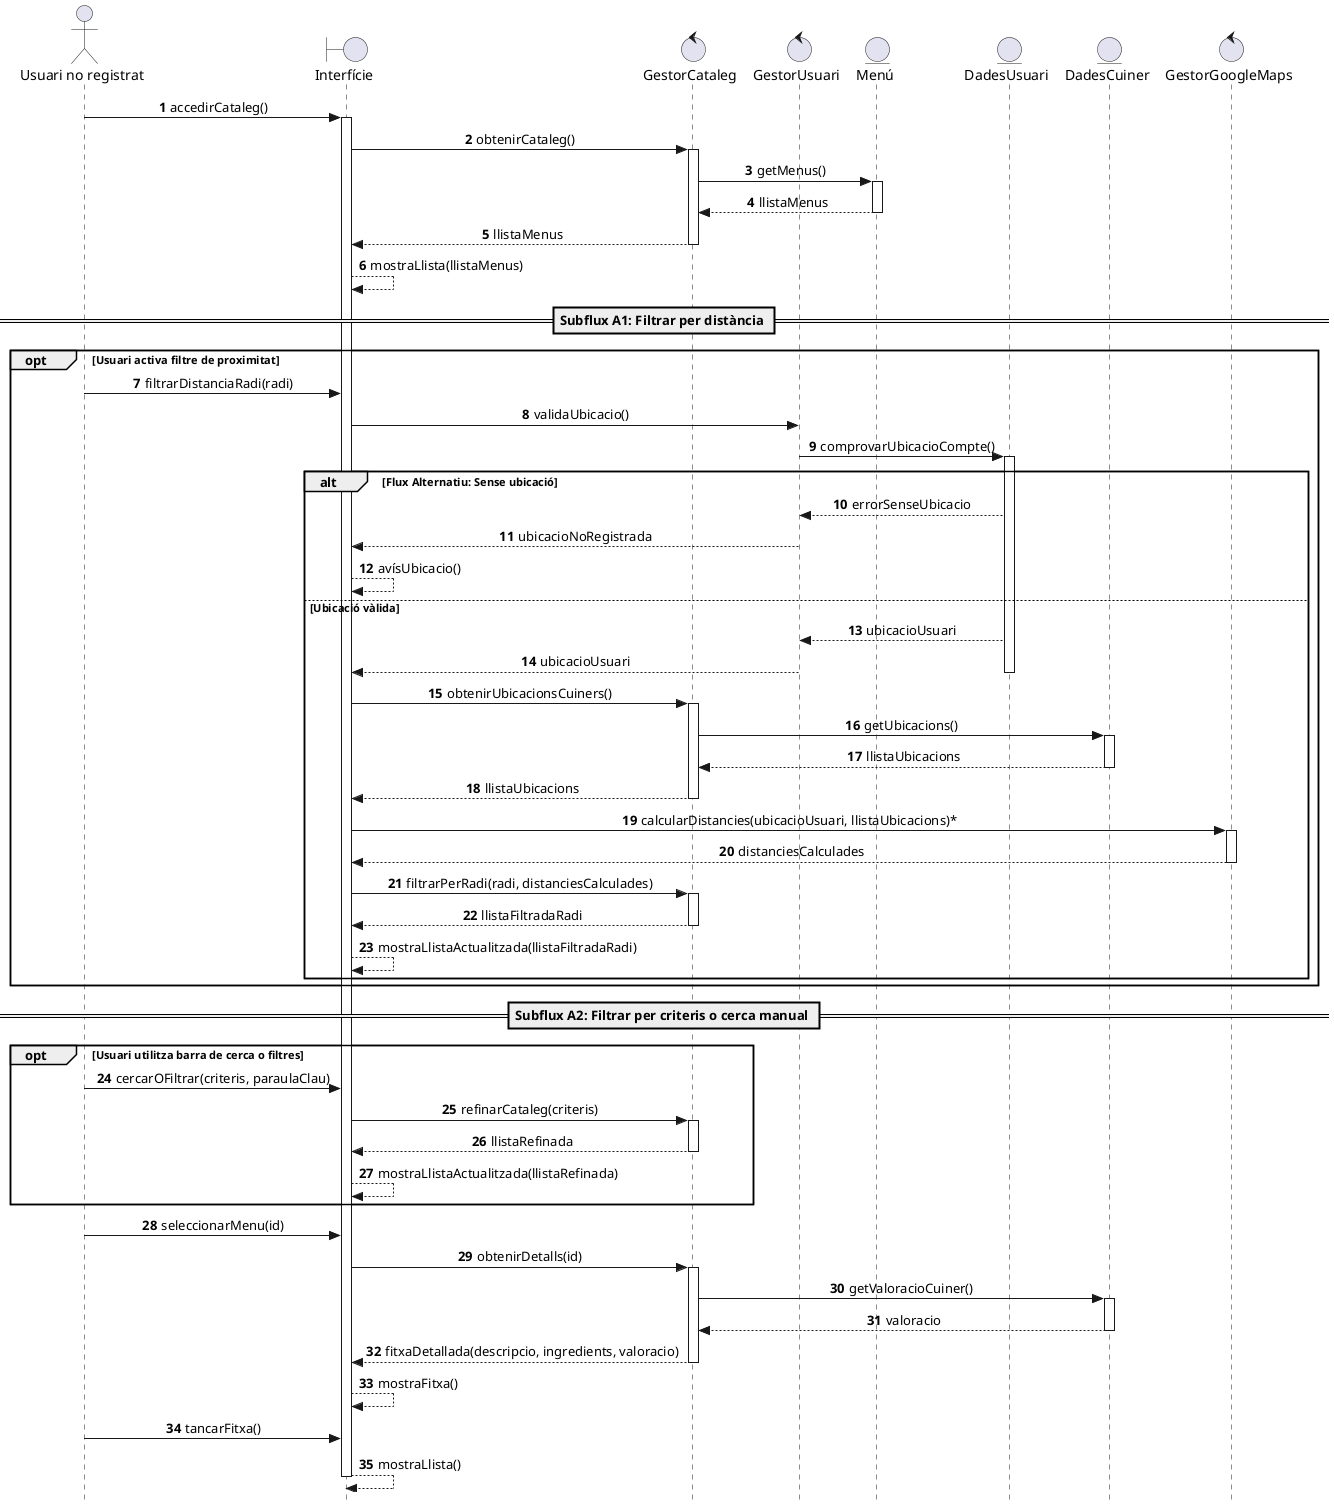
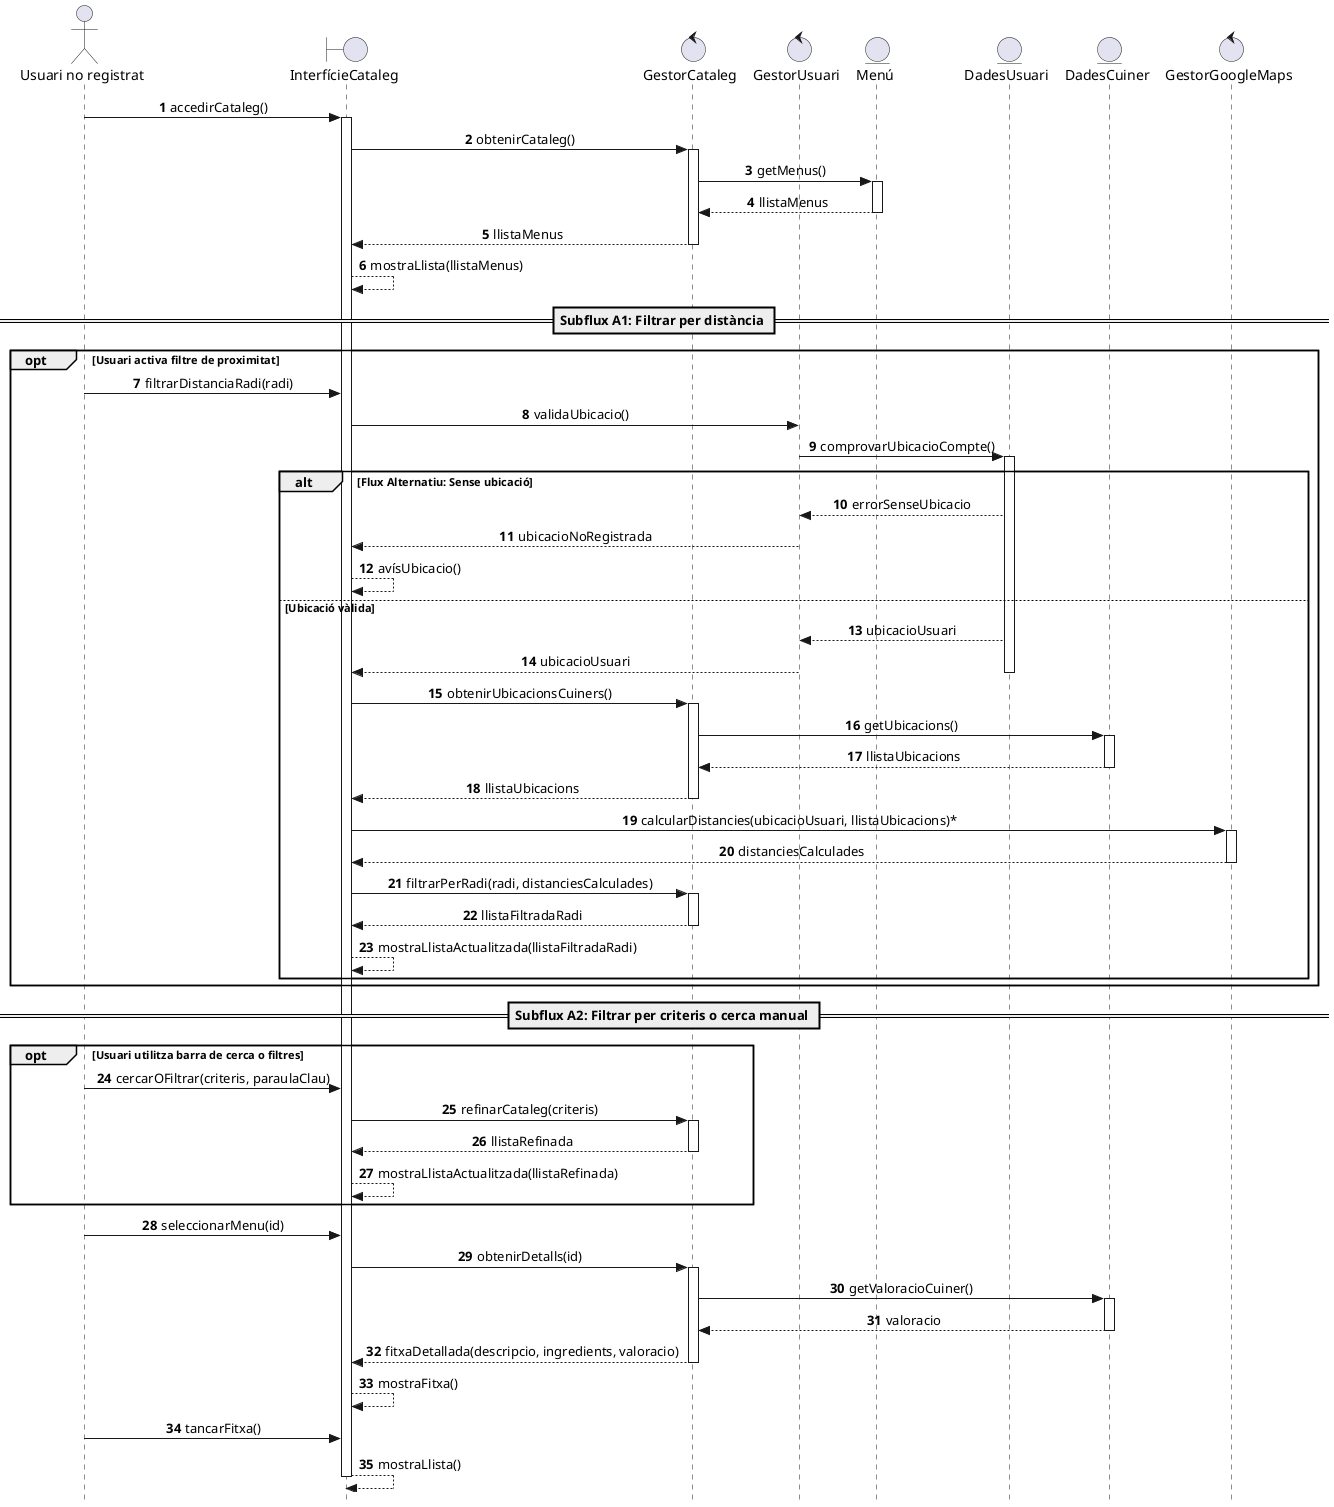
@startuml
autonumber
skinparam style strictuml
skinparam SequenceMessageAlign center

actor "Usuari no registrat" as UNR
- boundary "Interfície" as Interf
+ boundary "InterfícieCataleg" as Interf
control "GestorCataleg" as GestorCat
control "GestorUsuari" as GestorUs
entity "Menú" as Menu
entity "DadesUsuari" as DadesUsuari
entity "DadesCuiner" as DadesCuiner
control "GestorGoogleMaps" as Gmaps


UNR -> Interf: accedirCataleg()
activate Interf

Interf -> GestorCat: obtenirCataleg()
activate GestorCat

GestorCat -> Menu: getMenus()
activate Menu
Menu --> GestorCat: llistaMenus
deactivate Menu

GestorCat --> Interf: llistaMenus
deactivate GestorCat

Interf --> Interf: mostraLlista(llistaMenus)

== Subflux A1: Filtrar per distància ==

opt Usuari activa filtre de proximitat
    UNR -> Interf: filtrarDistanciaRadi(radi)
    Interf -> GestorUs: validaUbicacio()
    GestorUs -> DadesUsuari: comprovarUbicacioCompte()
    activate DadesUsuari

    alt Flux Alternatiu: Sense ubicació
        DadesUsuari --> GestorUs: errorSenseUbicacio
        GestorUs --> Interf: ubicacioNoRegistrada
        Interf --> Interf: avísUbicacio()
    else Ubicació vàlida
        DadesUsuari --> GestorUs: ubicacioUsuari
        GestorUs --> Interf: ubicacioUsuari
        deactivate DadesUsuari

        Interf -> GestorCat: obtenirUbicacionsCuiners()
        activate GestorCat

        GestorCat -> DadesCuiner: getUbicacions()
        activate DadesCuiner
        DadesCuiner --> GestorCat: llistaUbicacions
        deactivate DadesCuiner

        GestorCat --> Interf: llistaUbicacions
        deactivate GestorCat

        Interf -> Gmaps: calcularDistancies(ubicacioUsuari, llistaUbicacions)*
        activate Gmaps
        Gmaps --> Interf: distanciesCalculades
        deactivate Gmaps

        Interf -> GestorCat: filtrarPerRadi(radi, distanciesCalculades)
        activate GestorCat
        GestorCat --> Interf: llistaFiltradaRadi
        deactivate GestorCat

        Interf --> Interf: mostraLlistaActualitzada(llistaFiltradaRadi)
    end
end

== Subflux A2: Filtrar per criteris o cerca manual ==

opt Usuari utilitza barra de cerca o filtres
    UNR -> Interf: cercarOFiltrar(criteris, paraulaClau)

    Interf -> GestorCat: refinarCataleg(criteris)
    activate GestorCat
    GestorCat --> Interf: llistaRefinada
    deactivate GestorCat

    Interf --> Interf: mostraLlistaActualitzada(llistaRefinada)
end

UNR -> Interf: seleccionarMenu(id)

Interf -> GestorCat: obtenirDetalls(id)
activate GestorCat

GestorCat -> DadesCuiner: getValoracioCuiner()
activate DadesCuiner
DadesCuiner --> GestorCat: valoracio
deactivate DadesCuiner

GestorCat --> Interf: fitxaDetallada(descripcio, ingredients, valoracio)
deactivate GestorCat

Interf --> Interf: mostraFitxa()

UNR -> Interf: tancarFitxa()
Interf --> Interf: mostraLlista()
deactivate Interf

@enduml
